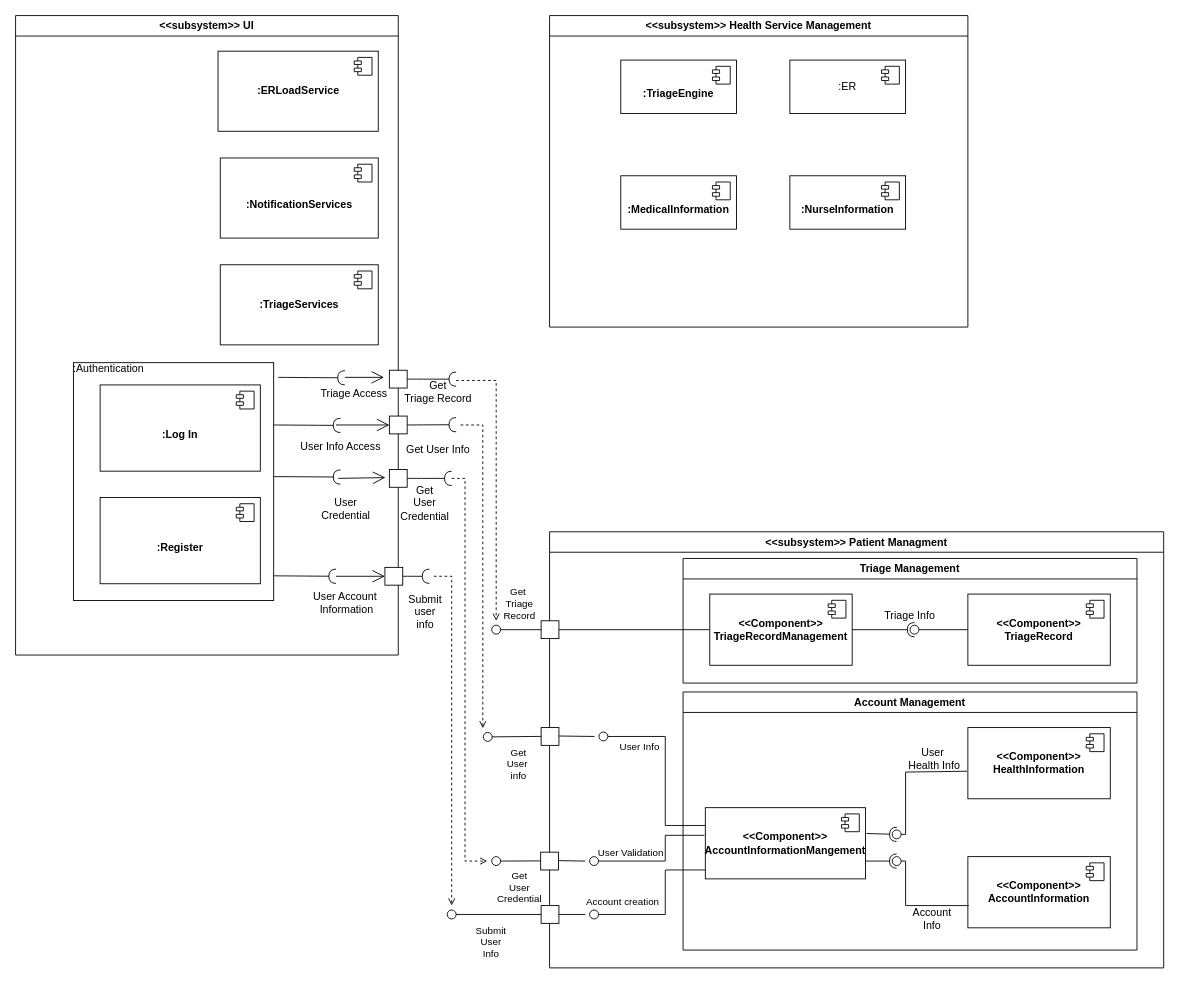
The draw.io diagram Usecases/C&C_patient_management.drawio in uvic-teach/project-m1-team8, before the edit. Source tidied: cells renumbered, new cells numbered last; positions are measured from the earlier drawing's top-left corner, leaving out a move shared by most shapes. Both pictures are drawn from the tidied source at 89%, with x=0, y=0 at pixel (15, 15).
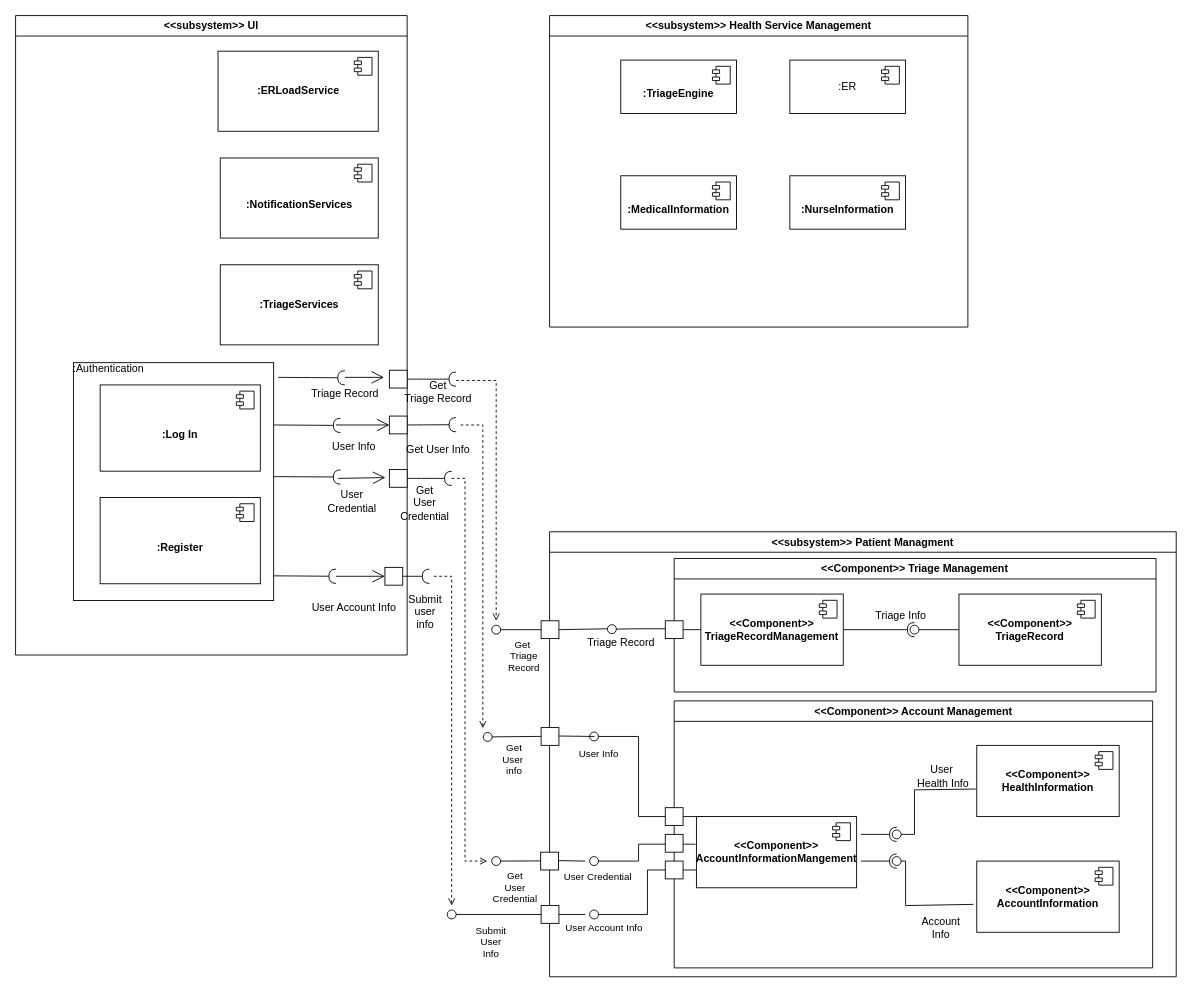
After the change.

The change refers to these unchanged cells:
```xml
<mxCell id="48" style="endArrow=oval;html=1;rounded=0;endFill=0;endSize=10;" parent="44" edge="1">
  <mxGeometry relative="1" as="geometry">
    <mxPoint y="369.8" as="sourcePoint" />
    <mxPoint x="-60" y="370" as="targetPoint" />
  </mxGeometry>
</mxCell>
<mxCell id="60" style="rounded=0;whiteSpace=wrap;html=1;" parent="44" vertex="1">
  <mxGeometry x="-9.5" y="100" width="20" height="20" as="geometry" />
</mxCell>
<mxCell id="62" style="endArrow=oval;html=1;rounded=0;endFill=0;endSize=10;" parent="44" edge="1">
  <mxGeometry relative="1" as="geometry">
    <mxPoint x="0.5" y="229.8" as="sourcePoint" />
    <mxPoint x="-69.5" y="230.5" as="targetPoint" />
  </mxGeometry>
</mxCell>
<mxCell id="68" value="&lt;b&gt;&amp;lt;&amp;lt;Component&amp;gt;&amp;gt;&lt;br&gt;&lt;/b&gt;&lt;b&gt;TriageRecordManagement&lt;/b&gt;" style="html=1;whiteSpace=wrap;" parent="67" vertex="1">
  <mxGeometry x="30" y="40" width="160" height="80" as="geometry" />
</mxCell>
<mxCell id="76" value="&lt;b&gt;&amp;lt;&amp;lt;Component&amp;gt;&amp;gt;&lt;br&gt;AccountInformationMangement&lt;/b&gt;" style="html=1;whiteSpace=wrap;" parent="73" vertex="1">
  <mxGeometry x="25" y="130" width="180" height="80" as="geometry" />
</mxCell>
<mxCell id="101" style="endArrow=oval;html=1;rounded=0;endFill=0;endSize=10;exitX=0;exitY=0.5;exitDx=0;exitDy=0;" parent="1" edge="1" source="60">
  <mxGeometry relative="1" as="geometry">
    <mxPoint x="540" y="690" as="targetPoint" />
  </mxGeometry>
</mxCell>
```

The edit, as a diff of the source:
```diff
@@
     <mxCell id="2" value="&amp;lt;&amp;lt;subsystem&amp;gt;&amp;gt; UI" style="swimlane;whiteSpace=wrap;html=1;" parent="1" vertex="1">
-      <mxGeometry width="430" height="718.5" as="geometry" />
+      <mxGeometry width="440" height="718.5" as="geometry" />
     </mxCell>
@@
     <mxCell id="15" value="User&amp;nbsp;&lt;br&gt;Credential&amp;nbsp;" style="text;html=1;strokeColor=none;fillColor=none;align=center;verticalAlign=middle;whiteSpace=wrap;rounded=0;" parent="2" vertex="1">
-      <mxGeometry x="342.5" y="538" width="60" height="32" as="geometry" />
+      <mxGeometry x="350" y="530" width="60" height="32" as="geometry" />
     </mxCell>
@@
-    <mxCell id="17" value="&lt;div&gt;User Account&lt;br&gt;&amp;nbsp;Information&lt;/div&gt;" style="text;html=1;align=center;verticalAlign=middle;strokeColor=none;fillColor=none;" parent="2" vertex="1">
-      <mxGeometry x="325" y="640" width="90" height="40" as="geometry" />
+    <mxCell id="17" value="User Account Info" style="text;html=1;align=center;verticalAlign=middle;strokeColor=none;fillColor=none;" parent="2" vertex="1">
+      <mxGeometry x="320" y="650" width="120" height="30" as="geometry" />
     </mxCell>
@@
-    <mxCell id="27" value="Triage Access" style="text;html=1;align=center;verticalAlign=middle;strokeColor=none;fillColor=none;" parent="2" vertex="1">
-      <mxGeometry x="330" y="410" width="100" height="30" as="geometry" />
+    <mxCell id="27" value="Triage Record" style="text;html=1;align=center;verticalAlign=middle;strokeColor=none;fillColor=none;" parent="2" vertex="1">
+      <mxGeometry x="320" y="410" width="100" height="30" as="geometry" />
     </mxCell>
@@
-    <mxCell id="30" value="User Info Access" style="text;html=1;align=center;verticalAlign=middle;strokeColor=none;fillColor=none;" parent="2" vertex="1">
-      <mxGeometry x="310" y="470" width="110" height="30" as="geometry" />
+    <mxCell id="30" value="User Info" style="text;html=1;align=center;verticalAlign=middle;strokeColor=none;fillColor=none;" parent="2" vertex="1">
+      <mxGeometry x="345" y="470" width="70" height="30" as="geometry" />
     </mxCell>
@@
     <mxCell id="44" value="&amp;lt;&amp;lt;subsystem&amp;gt;&amp;gt; Patient Managment" style="swimlane;whiteSpace=wrap;html=1;" parent="1" vertex="1">
-      <mxGeometry x="600" y="580" width="690" height="490" as="geometry" />
+      <mxGeometry x="600" y="580" width="704.1" height="500" as="geometry" />
     </mxCell>
@@
     <mxCell id="49" value="Get &lt;br&gt;User&lt;br&gt;Credential" style="edgeLabel;html=1;align=center;verticalAlign=middle;" parent="48" vertex="1">
       <mxGeometry x="0.08" relative="1" as="geometry">
-        <mxPoint x="-3" y="30" as="offset" />
+        <mxPoint x="-8" y="30" as="offset" />
       </mxGeometry>
     </mxCell>
@@
     <mxCell id="51" style="endArrow=oval;html=1;rounded=0;endFill=0;endSize=10;edgeStyle=elbowEdgeStyle;exitX=-0.006;exitY=0.388;exitDx=0;exitDy=0;exitPerimeter=0;" parent="44" edge="1" source="76">
       <mxGeometry relative="1" as="geometry">
         <mxPoint x="50" y="370" as="targetPoint" />
         <Array as="points">
-          <mxPoint x="130" y="360" />
+          <mxPoint x="100" y="360" />
         </Array>
       </mxGeometry>
     </mxCell>
-    <mxCell id="52" value="User Validation" style="edgeLabel;html=1;align=center;verticalAlign=middle;" parent="51" vertex="1">
+    <mxCell id="52" value="User Credential" style="edgeLabel;html=1;align=center;verticalAlign=middle;" parent="51" vertex="1">
       <mxGeometry x="0.27" y="2" relative="1" as="geometry">
-        <mxPoint x="-15" y="-12" as="offset" />
+        <mxPoint x="-45" y="15" as="offset" />
       </mxGeometry>
     </mxCell>
@@
     <mxCell id="54" style="endArrow=oval;html=1;rounded=0;endFill=0;endSize=10;edgeStyle=elbowEdgeStyle;exitX=0;exitY=0.875;exitDx=0;exitDy=0;exitPerimeter=0;" parent="44" edge="1">
       <mxGeometry relative="1" as="geometry">
         <mxPoint x="185" y="380" as="sourcePoint" />
         <mxPoint x="50" y="430" as="targetPoint" />
         <Array as="points">
-          <mxPoint x="130" y="410" />
+          <mxPoint x="110" y="400" />
         </Array>
       </mxGeometry>
     </mxCell>
-    <mxCell id="55" value="Account creation" style="edgeLabel;html=1;align=center;verticalAlign=middle;" parent="54" vertex="1">
+    <mxCell id="55" value="User Account Info" style="edgeLabel;html=1;align=center;verticalAlign=middle;" parent="54" vertex="1">
       <mxGeometry x="0.27" y="2" relative="1" as="geometry">
-        <mxPoint x="-37" y="-17" as="offset" />
+        <mxPoint x="-52" y="22" as="offset" />
       </mxGeometry>
     </mxCell>
@@
-    <mxCell id="59" style="endArrow=none;html=1;rounded=0;exitX=1;exitY=0.5;exitDx=0;exitDy=0;entryX=0;entryY=0.5;entryDx=0;entryDy=0;" parent="44" edge="1" source="60" target="68">
+    <mxCell id="59" style="endArrow=none;html=1;rounded=0;exitX=1;exitY=0.5;exitDx=0;exitDy=0;entryX=0;entryY=0.5;entryDx=0;entryDy=0;" parent="44" edge="1" source="112" target="68">
       <mxGeometry relative="1" as="geometry" />
     </mxCell>
@@
     <mxCell id="63" value="Get&lt;br&gt;User&amp;nbsp;&lt;br&gt;info" style="edgeLabel;html=1;align=center;verticalAlign=middle;" parent="62" vertex="1">
       <mxGeometry x="0.08" relative="1" as="geometry">
-        <mxPoint x="2" y="30" as="offset" />
+        <mxPoint x="-3" y="25" as="offset" />
       </mxGeometry>
     </mxCell>
@@
-    <mxCell id="65" style="endArrow=oval;html=1;rounded=0;endFill=0;endSize=10;edgeStyle=elbowEdgeStyle;exitX=0;exitY=0.25;exitDx=0;exitDy=0;" parent="44" edge="1" source="76">
+    <mxCell id="65" style="endArrow=oval;html=1;rounded=0;endFill=0;endSize=10;edgeStyle=elbowEdgeStyle;exitX=0;exitY=0.25;exitDx=0;exitDy=0;" parent="44" edge="1">
       <mxGeometry relative="1" as="geometry">
-        <mxPoint x="60.5" y="230" as="targetPoint" />
+        <mxPoint x="175" y="320" as="sourcePoint" />
+        <mxPoint x="50" y="230" as="targetPoint" />
         <Array as="points">
-          <mxPoint x="130" y="280" />
+          <mxPoint x="100" y="320" />
         </Array>
       </mxGeometry>
     </mxCell>
     <mxCell id="66" value="User Info" style="edgeLabel;html=1;align=center;verticalAlign=middle;" parent="65" vertex="1">
       <mxGeometry x="0.27" y="2" relative="1" as="geometry">
-        <mxPoint x="-28" y="2" as="offset" />
+        <mxPoint x="-44" y="-9" as="offset" />
       </mxGeometry>
     </mxCell>
-    <mxCell id="67" value="Triage Management" style="swimlane;whiteSpace=wrap;html=1;" parent="44" vertex="1">
-      <mxGeometry x="150" y="30" width="510" height="140" as="geometry" />
+    <mxCell id="67" value="&amp;lt;&amp;lt;Component&amp;gt;&amp;gt;&amp;nbsp;Triage Management" style="swimlane;whiteSpace=wrap;html=1;" parent="44" vertex="1">
+      <mxGeometry x="140" y="30" width="541.4" height="150" as="geometry" />
     </mxCell>
@@
-    <mxCell id="73" value="Account Management" style="swimlane;whiteSpace=wrap;html=1;" parent="44" vertex="1">
-      <mxGeometry x="150" y="180" width="510" height="290" as="geometry" />
+    <mxCell id="73" value="&amp;lt;&amp;lt;Component&amp;gt;&amp;gt; Account Management" style="swimlane;whiteSpace=wrap;html=1;" parent="44" vertex="1">
+      <mxGeometry x="140" y="190" width="537.6" height="300" as="geometry" />
     </mxCell>
     <mxCell id="74" value="&lt;b&gt;&amp;lt;&amp;lt;Component&amp;gt;&amp;gt;&lt;br&gt;HealthInformation&lt;/b&gt;" style="html=1;whiteSpace=wrap;" parent="73" vertex="1">
-      <mxGeometry x="320" y="40" width="160" height="80" as="geometry" />
+      <mxGeometry x="340" y="50" width="160" height="80" as="geometry" />
     </mxCell>
@@
     <mxCell id="79" value="Account Info" style="text;html=1;strokeColor=none;fillColor=none;align=center;verticalAlign=middle;whiteSpace=wrap;rounded=0;" parent="73" vertex="1">
-      <mxGeometry x="250" y="240" width="60" height="30" as="geometry" />
+      <mxGeometry x="270" y="240" width="60" height="30" as="geometry" />
     </mxCell>
     <mxCell id="80" value="&lt;b&gt;&amp;lt;&amp;lt;Component&amp;gt;&amp;gt;&lt;br&gt;AccountInformation&lt;/b&gt;" style="html=1;whiteSpace=wrap;" parent="73" vertex="1">
-      <mxGeometry x="320" y="185" width="160" height="80" as="geometry" />
+      <mxGeometry x="340" y="180" width="160" height="80" as="geometry" />
     </mxCell>
@@
     <mxCell id="82" style="rounded=0;jettySize=auto;html=1;endArrow=oval;endFill=0;sketch=0;sourcePerimeterSpacing=0;targetPerimeterSpacing=0;endSize=10;exitX=-0.006;exitY=0.613;exitDx=0;exitDy=0;exitPerimeter=0;" parent="73" edge="1" source="74">
       <mxGeometry relative="1" as="geometry">
-        <mxPoint x="240" y="160" as="targetPoint" />
+        <mxPoint x="250" y="150" as="targetPoint" />
         <Array as="points">
-          <mxPoint x="250" y="90" />
-          <mxPoint x="250" y="160" />
+          <mxPoint x="270" y="100" />
+          <mxPoint x="270" y="150" />
         </Array>
       </mxGeometry>
     </mxCell>
     <mxCell id="83" value="User&amp;nbsp;&lt;br&gt;Health Info" style="text;html=1;strokeColor=none;fillColor=none;align=center;verticalAlign=middle;whiteSpace=wrap;rounded=0;" parent="73" vertex="1">
-      <mxGeometry x="250" y="60" width="65" height="30" as="geometry" />
+      <mxGeometry x="270" y="70" width="65" height="30" as="geometry" />
     </mxCell>
+    <mxCell id="110" style="rounded=0;whiteSpace=wrap;html=1;" parent="73" vertex="1">
+      <mxGeometry x="-10" y="180" width="20" height="20" as="geometry" />
+    </mxCell>
-    <mxCell id="84" style="rounded=0;orthogonalLoop=1;jettySize=auto;html=1;endArrow=oval;endFill=0;sketch=0;sourcePerimeterSpacing=0;targetPerimeterSpacing=0;endSize=10;" parent="44" edge="1">
+    <mxCell id="84" style="rounded=0;jettySize=auto;html=1;endArrow=oval;endFill=0;sketch=0;sourcePerimeterSpacing=0;targetPerimeterSpacing=0;endSize=10;exitX=-0.023;exitY=0.608;exitDx=0;exitDy=0;exitPerimeter=0;" parent="44" edge="1" source="80">
       <mxGeometry relative="1" as="geometry">
-        <mxPoint x="471" y="420" as="sourcePoint" />
         <mxPoint x="390" y="370" as="targetPoint" />
         <Array as="points">
           <mxPoint x="400" y="420" />
           <mxPoint x="400" y="370" />
         </Array>
       </mxGeometry>
     </mxCell>
+    <mxCell id="111" style="endArrow=none;html=1;rounded=0;exitX=1;exitY=0.5;exitDx=0;exitDy=0;entryX=0.35;entryY=-0.033;entryDx=0;entryDy=0;entryPerimeter=0;" parent="44" edge="1" source="60" target="115">
+      <mxGeometry relative="1" as="geometry" />
+    </mxCell>
+    <mxCell id="112" style="rounded=0;whiteSpace=wrap;html=1;" parent="44" vertex="1">
+      <mxGeometry x="130" y="100" width="20" height="20" as="geometry" />
+    </mxCell>
+    <mxCell id="113" style="rounded=0;whiteSpace=wrap;html=1;" parent="44" vertex="1">
+      <mxGeometry x="130" y="310" width="20" height="20" as="geometry" />
+    </mxCell>
+    <mxCell id="114" style="endArrow=oval;html=1;rounded=0;endFill=0;endSize=10;edgeStyle=elbowEdgeStyle;" parent="44" edge="1">
+      <mxGeometry relative="1" as="geometry">
+        <mxPoint x="130" y="109" as="sourcePoint" />
+        <mxPoint x="70" y="109.4" as="targetPoint" />
+      </mxGeometry>
+    </mxCell>
+    <mxCell id="115" value="Triage Record" style="text;html=1;align=center;verticalAlign=middle;points=[];strokeColor=none;fillColor=none;" parent="44" vertex="1">
+      <mxGeometry x="30" y="110" width="100" height="30" as="geometry" />
+    </mxCell>
@@
     <mxCell id="102" value="Get&amp;nbsp;&lt;br&gt;Triage&lt;br&gt;Record" style="edgeLabel;html=1;align=center;verticalAlign=middle;" parent="101" vertex="1">
       <mxGeometry x="0.08" relative="1" as="geometry">
-        <mxPoint x="2" y="-30" as="offset" />
+        <mxPoint x="7" y="29" as="offset" />
       </mxGeometry>
     </mxCell>
@@
-    <mxCell id="104" style="rounded=0;jettySize=auto;html=1;endArrow=halfCircle;endFill=0;endSize=6;strokeWidth=1;sketch=0;exitX=1;exitY=0.75;exitDx=0;exitDy=0;" parent="1" edge="1" source="76">
+    <mxCell id="104" style="rounded=0;orthogonalLoop=1;jettySize=auto;html=1;endArrow=halfCircle;endFill=0;endSize=6;strokeWidth=1;sketch=0;" parent="1" edge="1">
       <mxGeometry relative="1" as="geometry">
+        <mxPoint x="950" y="950" as="sourcePoint" />
         <mxPoint x="990" y="950" as="targetPoint" />
       </mxGeometry>
     </mxCell>
-    <mxCell id="105" style="rounded=0;jettySize=auto;html=1;endArrow=halfCircle;endFill=0;endSize=6;strokeWidth=1;sketch=0;exitX=1.006;exitY=0.363;exitDx=0;exitDy=0;exitPerimeter=0;" parent="1" edge="1" source="76">
+    <mxCell id="105" style="rounded=0;orthogonalLoop=1;jettySize=auto;html=1;endArrow=halfCircle;endFill=0;endSize=6;strokeWidth=1;sketch=0;" parent="1" edge="1">
       <mxGeometry relative="1" as="geometry">
+        <mxPoint x="950" y="920" as="sourcePoint" />
         <mxPoint x="990" y="920" as="targetPoint" />
       </mxGeometry>
     </mxCell>
@@
+    <mxCell id="116" style="rounded=0;whiteSpace=wrap;html=1;" parent="1" vertex="1">
+      <mxGeometry x="730" y="920" width="20" height="20" as="geometry" />
+    </mxCell>
```
